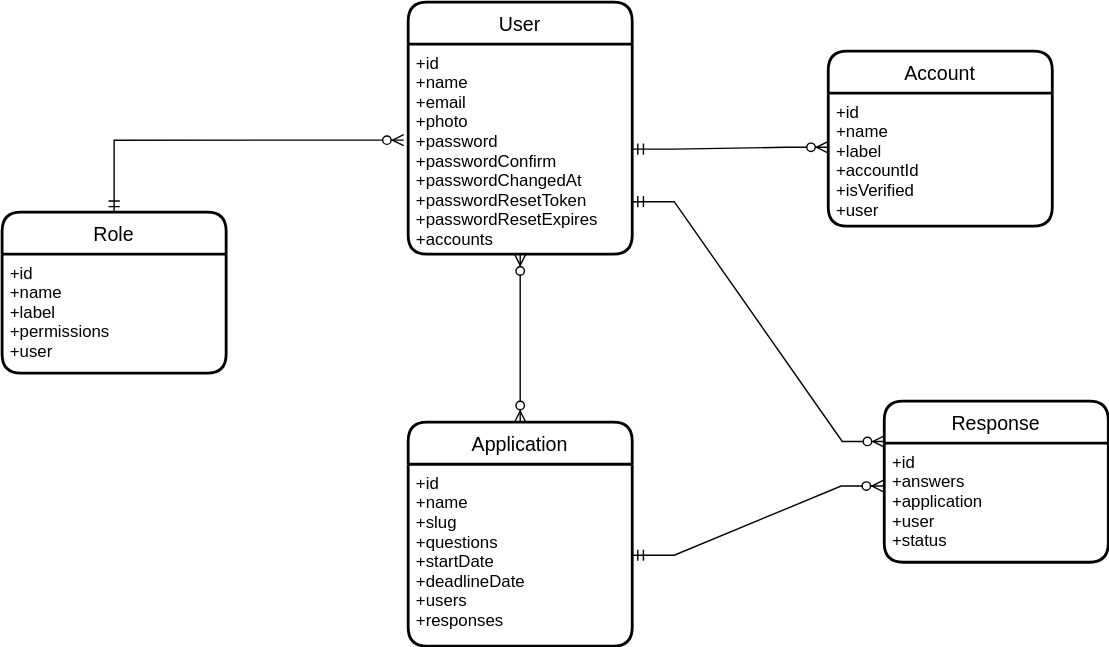
Before: public/entity-relationship-diagram.svg, a diagram exported from draw.io (ekiztk/community-application-website). Source tidied: cells renumbered, new cells last; positions are measured from the earlier drawing's top-left corner, leaving out a move shared by most shapes.
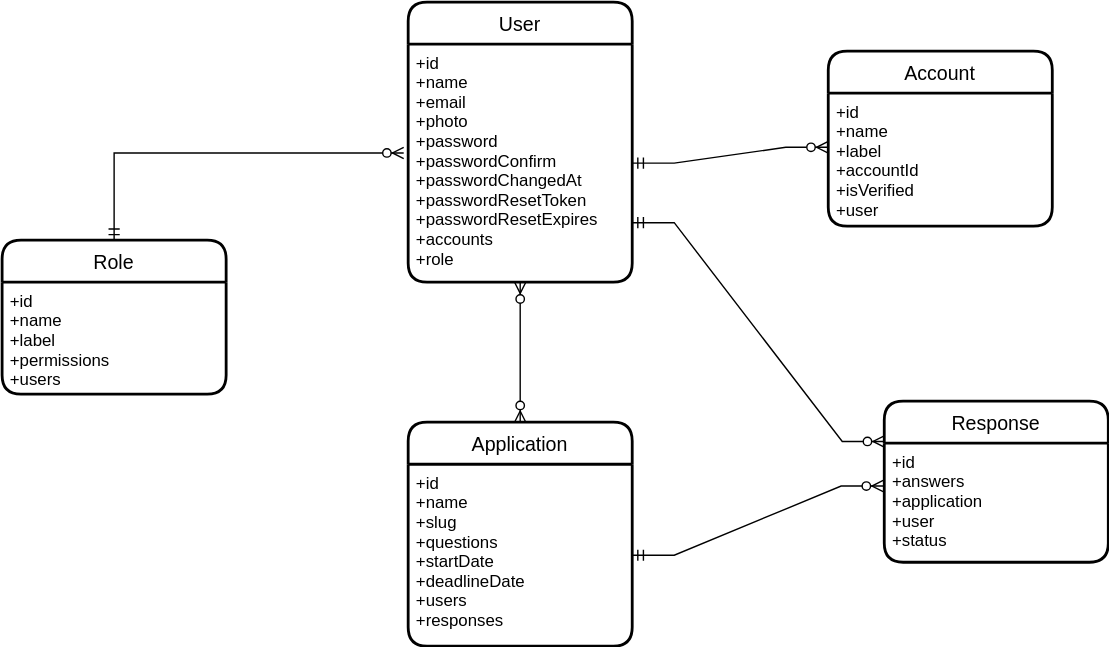
After the change.

Commit message:
Implement CRUD for Response, Account, and Role models

The edit, as a diff of the source:
```diff
@@ -3,10 +3,10 @@
     <mxCell id="0" />
     <mxCell id="1" parent="0" />
     <mxCell id="2" value="User" style="swimlane;horizontal=1;startSize=30;rounded=1;fontSize=14;fontStyle=0;strokeWidth=2;shadow=0;dashed=0;align=center;" parent="1" vertex="1">
-      <mxGeometry x="290" width="160" height="180" as="geometry" />
+      <mxGeometry x="290" width="160" height="200" as="geometry" />
     </mxCell>
-    <mxCell id="3" value="+id&#10;+name&#10;+email&#10;+photo&#10;+password&#10;+passwordConfirm&#10;+passwordChangedAt&#10;+passwordResetToken&#10;+passwordResetExpires&#10;+accounts" style="align=left;strokeColor=none;fillColor=none;spacingLeft=4;fontSize=12;verticalAlign=top;" parent="2" vertex="1">
-      <mxGeometry y="30" width="160" height="150" as="geometry" />
+    <mxCell id="3" value="+id&#10;+name&#10;+email&#10;+photo&#10;+password&#10;+passwordConfirm&#10;+passwordChangedAt&#10;+passwordResetToken&#10;+passwordResetExpires&#10;+accounts&#10;+role" style="align=left;strokeColor=none;fillColor=none;spacingLeft=4;fontSize=12;verticalAlign=top;" parent="2" vertex="1">
+      <mxGeometry y="30" width="160" height="170" as="geometry" />
     </mxCell>
     <mxCell id="4" value="Account" style="swimlane;horizontal=1;startSize=30;rounded=1;fontSize=14;fontStyle=0;strokeWidth=2;shadow=0;dashed=0;align=center;" parent="1" vertex="1">
       <mxGeometry x="590" y="35" width="160" height="125" as="geometry" />
@@ -39,15 +39,15 @@
       <mxGeometry relative="1" as="geometry" />
     </mxCell>
     <mxCell id="14" value="Role" style="swimlane;horizontal=1;startSize=30;rounded=1;fontSize=14;fontStyle=0;strokeWidth=2;shadow=0;dashed=0;align=center;" parent="1" vertex="1">
-      <mxGeometry y="150" width="160" height="115" as="geometry" />
+      <mxGeometry y="170" width="160" height="110" as="geometry" />
     </mxCell>
-    <mxCell id="15" value="+id&#10;+name&#10;+label&#10;+permissions&#10;+user" style="align=left;strokeColor=none;fillColor=none;spacingLeft=4;fontSize=12;verticalAlign=top;" parent="14" vertex="1">
-      <mxGeometry y="30" width="160" height="85" as="geometry" />
+    <mxCell id="15" value="+id&#10;+name&#10;+label&#10;+permissions&#10;+users" style="align=left;strokeColor=none;fillColor=none;spacingLeft=4;fontSize=12;verticalAlign=top;" parent="14" vertex="1">
+      <mxGeometry y="30" width="160" height="80" as="geometry" />
     </mxCell>
     <mxCell id="16" style="edgeStyle=orthogonalEdgeStyle;fontSize=12;html=1;endArrow=ERzeroToMany;startArrow=ERmandOne;rounded=0;exitX=0.5;exitY=0;exitDx=0;exitDy=0;entryX=-0.02;entryY=0.457;entryDx=0;entryDy=0;entryPerimeter=0;" parent="1" edge="1" source="14" target="3">
       <mxGeometry relative="1" as="geometry">
         <Array as="points">
-          <mxPoint x="80" y="99" />
+          <mxPoint x="80" y="108" />
         </Array>
       </mxGeometry>
     </mxCell>
```
